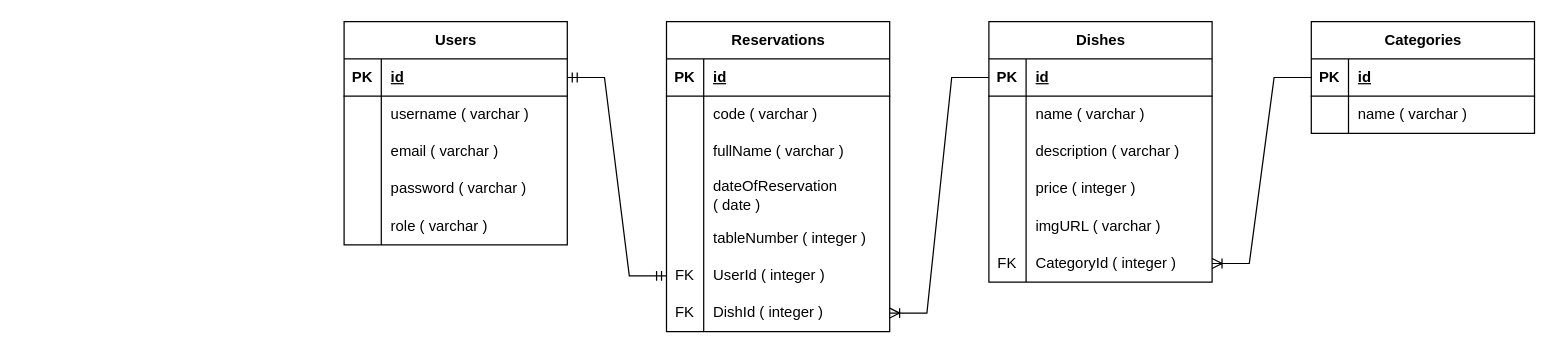
The draw.io diagram Reservation-ERD.drawio in bayusuryowibowo/Pair-Project-Group-7, before the edit. Source tidied: cells renumbered, new cells numbered last; positions are measured from the earlier drawing's top-left corner, leaving out a move shared by most shapes. Both pictures are drawn from the tidied source at 124%, with x=0, y=0 at pixel (343, 21).
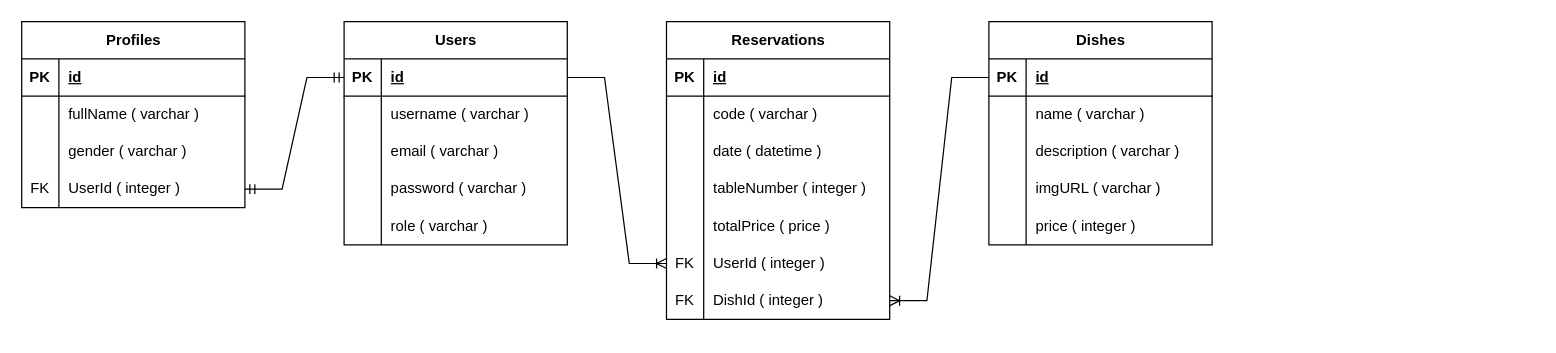
The same diagram, later.

The change refers to these unchanged cells:
```xml
<mxCell id="3" style="shape=tableRow;horizontal=0;startSize=0;swimlaneHead=0;swimlaneBody=0;fillColor=none;points=[[0,0.5],[1,0.5]];portConstraint=eastwest;top=0;left=0;right=0;bottom=1;" parent="2" vertex="1">
  <mxGeometry y="30" width="180" height="30" as="geometry" />
</mxCell>
<mxCell id="60" style="shape=tableRow;horizontal=0;startSize=0;swimlaneHead=0;swimlaneBody=0;fillColor=none;top=0;left=0;right=0;bottom=0;" parent="50" vertex="1">
  <mxGeometry y="120" width="180" height="30" as="geometry" />
</mxCell>
<mxCell id="63" style="shape=tableRow;horizontal=0;startSize=0;swimlaneHead=0;swimlaneBody=0;fillColor=none;top=0;left=0;right=0;bottom=0;" parent="50" vertex="1">
  <mxGeometry y="150" width="180" height="30" as="geometry" />
</mxCell>
```

The edit, as a diff of the source:
```diff
@@
-    <mxCell id="18" value="Categories" style="shape=table;startSize=30;childLayout=tableLayout;rowLines=0;fontStyle=1;align=center;html=1;columnLines=1;" parent="1" vertex="1">
-      <mxGeometry x="780" width="180" height="90" as="geometry" />
-    </mxCell>
-    <mxCell id="19" style="shape=tableRow;horizontal=0;startSize=0;swimlaneHead=0;swimlaneBody=0;fillColor=none;points=[[0,0.5],[1,0.5]];portConstraint=eastwest;top=0;left=0;right=0;bottom=1;" parent="18" vertex="1">
-      <mxGeometry y="30" width="180" height="30" as="geometry" />
-    </mxCell>
-    <mxCell id="20" value="PK" style="shape=partialRectangle;fillColor=none;top=0;left=0;bottom=0;right=0;fontStyle=1;overflow=hidden;whiteSpace=wrap;html=1;" parent="19" vertex="1">
-      <mxGeometry width="30" height="30" as="geometry" />
-    </mxCell>
-    <mxCell id="21" value="id" style="shape=partialRectangle;fillColor=none;top=0;left=0;bottom=0;right=0;align=left;spacingLeft=6;fontStyle=5;overflow=hidden;whiteSpace=wrap;html=1;" parent="19" vertex="1">
-      <mxGeometry x="30" width="150" height="30" as="geometry" />
-    </mxCell>
-    <mxCell id="22" style="shape=tableRow;horizontal=0;startSize=0;swimlaneHead=0;swimlaneBody=0;fillColor=none;top=0;left=0;right=0;bottom=0;" parent="18" vertex="1">
-      <mxGeometry y="60" width="180" height="30" as="geometry" />
-    </mxCell>
-    <mxCell id="23" style="shape=partialRectangle;fillColor=none;top=0;left=0;bottom=0;right=0;overflow=hidden;whiteSpace=wrap;html=1;" parent="22" vertex="1">
-      <mxGeometry width="30" height="30" as="geometry" />
-    </mxCell>
-    <mxCell id="24" value="name ( varchar )" style="shape=partialRectangle;fillColor=none;top=0;left=0;bottom=0;right=0;align=left;spacingLeft=6;overflow=hidden;whiteSpace=wrap;html=1;" parent="22" vertex="1">
-      <mxGeometry x="30" width="150" height="30" as="geometry" />
-    </mxCell>
     <mxCell id="25" value="Reservations" style="shape=table;startSize=30;childLayout=tableLayout;rowLines=0;fontStyle=1;align=center;html=1;" parent="1" vertex="1">
-      <mxGeometry x="260" width="180" height="250" as="geometry" />
+      <mxGeometry x="260" width="180" height="240" as="geometry" />
     </mxCell>
@@
-    <mxCell id="32" style="shape=tableRow;horizontal=0;startSize=0;swimlaneHead=0;swimlaneBody=0;fillColor=none;top=0;left=0;right=0;bottom=0;" parent="25" vertex="1">
-      <mxGeometry y="90" width="180" height="30" as="geometry" />
-    </mxCell>
-    <mxCell id="33" style="shape=partialRectangle;fillColor=none;top=0;left=0;bottom=0;right=0;overflow=hidden;whiteSpace=wrap;html=1;" parent="32" vertex="1">
-      <mxGeometry width="30" height="30" as="geometry" />
-    </mxCell>
-    <mxCell id="34" value="fullName ( varchar )" style="shape=partialRectangle;fillColor=none;top=0;left=0;bottom=0;right=0;align=left;spacingLeft=6;overflow=hidden;whiteSpace=wrap;html=1;" parent="32" vertex="1">
-      <mxGeometry x="30" width="150" height="30" as="geometry" />
-    </mxCell>
-    <mxCell id="35" style="shape=tableRow;horizontal=0;startSize=0;swimlaneHead=0;swimlaneBody=0;fillColor=none;top=0;left=0;right=0;bottom=0;" parent="25" vertex="1">
-      <mxGeometry y="120" width="180" height="40" as="geometry" />
-    </mxCell>
-    <mxCell id="36" style="shape=partialRectangle;fillColor=none;top=0;left=0;bottom=0;right=0;overflow=hidden;whiteSpace=wrap;html=1;" parent="35" vertex="1">
-      <mxGeometry width="30" height="40" as="geometry" />
-    </mxCell>
-    <mxCell id="37" value="dateOfReservation&lt;br&gt;( date )" style="shape=partialRectangle;fillColor=none;top=0;left=0;bottom=0;right=0;align=left;spacingLeft=6;overflow=hidden;whiteSpace=wrap;html=1;" parent="35" vertex="1">
-      <mxGeometry x="30" width="150" height="40" as="geometry" />
-    </mxCell>
+    <mxCell id="69" style="shape=tableRow;horizontal=0;startSize=0;swimlaneHead=0;swimlaneBody=0;fillColor=none;top=0;left=0;right=0;bottom=0;" parent="25" vertex="1">
+      <mxGeometry y="90" width="180" height="30" as="geometry" />
+    </mxCell>
+    <mxCell id="70" style="shape=partialRectangle;fillColor=none;top=0;left=0;bottom=0;right=0;overflow=hidden;whiteSpace=wrap;html=1;" parent="69" vertex="1">
+      <mxGeometry width="30" height="30" as="geometry" />
+    </mxCell>
+    <mxCell id="71" value="date ( datetime )" style="shape=partialRectangle;fillColor=none;top=0;left=0;bottom=0;right=0;align=left;spacingLeft=6;overflow=hidden;whiteSpace=wrap;html=1;" parent="69" vertex="1">
+      <mxGeometry x="30" width="150" height="30" as="geometry" />
+    </mxCell>
     <mxCell id="38" style="shape=tableRow;horizontal=0;startSize=0;swimlaneHead=0;swimlaneBody=0;fillColor=none;top=0;left=0;right=0;bottom=0;" parent="25" vertex="1">
-      <mxGeometry y="160" width="180" height="30" as="geometry" />
+      <mxGeometry y="120" width="180" height="30" as="geometry" />
     </mxCell>
@@
+    <mxCell id="72" style="shape=tableRow;horizontal=0;startSize=0;swimlaneHead=0;swimlaneBody=0;fillColor=none;top=0;left=0;right=0;bottom=0;" parent="25" vertex="1">
+      <mxGeometry y="150" width="180" height="30" as="geometry" />
+    </mxCell>
+    <mxCell id="73" style="shape=partialRectangle;fillColor=none;top=0;left=0;bottom=0;right=0;overflow=hidden;whiteSpace=wrap;html=1;" parent="72" vertex="1">
+      <mxGeometry width="30" height="30" as="geometry" />
+    </mxCell>
+    <mxCell id="74" value="totalPrice ( price )" style="shape=partialRectangle;fillColor=none;top=0;left=0;bottom=0;right=0;align=left;spacingLeft=6;overflow=hidden;whiteSpace=wrap;html=1;" parent="72" vertex="1">
+      <mxGeometry x="30" width="150" height="30" as="geometry" />
+    </mxCell>
     <mxCell id="41" style="shape=tableRow;horizontal=0;startSize=0;swimlaneHead=0;swimlaneBody=0;fillColor=none;points=[[0,0.5],[1,0.5]];portConstraint=eastwest;top=0;left=0;right=0;bottom=0;" parent="25" vertex="1">
-      <mxGeometry y="190" width="180" height="30" as="geometry" />
+      <mxGeometry y="180" width="180" height="30" as="geometry" />
     </mxCell>
@@
     <mxCell id="44" style="shape=tableRow;horizontal=0;startSize=0;swimlaneHead=0;swimlaneBody=0;fillColor=none;points=[[0,0.5],[1,0.5]];portConstraint=eastwest;top=0;left=0;right=0;bottom=0;" parent="25" vertex="1">
-      <mxGeometry y="220" width="180" height="30" as="geometry" />
+      <mxGeometry y="210" width="180" height="30" as="geometry" />
     </mxCell>
@@
-    <mxCell id="48" style="edgeStyle=entityRelationEdgeStyle;fontSize=12;html=1;endArrow=ERoneToMany;rounded=0;exitX=0;exitY=0.5;exitDx=0;exitDy=0;entryX=1;entryY=0.5;entryDx=0;entryDy=0;" parent="1" edge="1" source="19" target="66">
-      <mxGeometry relative="1" as="geometry" />
-    </mxCell>
-    <mxCell id="49" style="edgeStyle=entityRelationEdgeStyle;fontSize=12;html=1;endArrow=ERmandOne;startArrow=ERmandOne;rounded=0;exitX=0;exitY=0.5;exitDx=0;exitDy=0;entryX=1;entryY=0.5;entryDx=0;entryDy=0;" parent="1" edge="1" source="41" target="3">
+    <mxCell id="49" style="edgeStyle=entityRelationEdgeStyle;fontSize=12;html=1;endArrow=ERmandOne;startArrow=ERmandOne;rounded=0;exitX=1;exitY=0.5;exitDx=0;exitDy=0;entryX=0;entryY=0.5;entryDx=0;entryDy=0;" parent="1" edge="1" source="80" target="3">
       <mxGeometry relative="1" as="geometry" />
     </mxCell>
     <mxCell id="50" value="Dishes" style="shape=table;startSize=30;childLayout=tableLayout;rowLines=0;fontStyle=1;align=center;html=1;" parent="1" vertex="1">
-      <mxGeometry x="520" width="180" height="210" as="geometry" />
+      <mxGeometry x="520" width="180" height="180" as="geometry" />
     </mxCell>
@@
-    <mxCell id="62" value="price ( integer )" style="shape=partialRectangle;fillColor=none;top=0;left=0;bottom=0;right=0;align=left;spacingLeft=6;overflow=hidden;whiteSpace=wrap;html=1;" parent="60" vertex="1">
+    <mxCell id="62" value="imgURL ( varchar )" style="shape=partialRectangle;fillColor=none;top=0;left=0;bottom=0;right=0;align=left;spacingLeft=6;overflow=hidden;whiteSpace=wrap;html=1;" parent="60" vertex="1">
       <mxGeometry x="30" width="150" height="30" as="geometry" />
     </mxCell>
@@
-    <mxCell id="65" value="imgURL ( varchar )" style="shape=partialRectangle;fillColor=none;top=0;left=0;bottom=0;right=0;align=left;spacingLeft=6;overflow=hidden;whiteSpace=wrap;html=1;" parent="63" vertex="1">
+    <mxCell id="65" value="price ( integer )" style="shape=partialRectangle;fillColor=none;top=0;left=0;bottom=0;right=0;align=left;spacingLeft=6;overflow=hidden;whiteSpace=wrap;html=1;" parent="63" vertex="1">
       <mxGeometry x="30" width="150" height="30" as="geometry" />
     </mxCell>
-    <mxCell id="66" style="shape=tableRow;horizontal=0;startSize=0;swimlaneHead=0;swimlaneBody=0;fillColor=none;points=[[0,0.5],[1,0.5]];portConstraint=eastwest;top=0;left=0;right=0;bottom=0;" parent="50" vertex="1">
-      <mxGeometry y="180" width="180" height="30" as="geometry" />
-    </mxCell>
+    <mxCell id="75" value="Profiles" style="shape=table;startSize=30;childLayout=tableLayout;rowLines=0;fontStyle=1;align=center;html=1;" parent="1" vertex="1">
+      <mxGeometry x="-260" width="180" height="150" as="geometry" />
+    </mxCell>
+    <mxCell id="19" style="shape=tableRow;horizontal=0;startSize=0;swimlaneHead=0;swimlaneBody=0;fillColor=none;points=[[0,0.5],[1,0.5]];portConstraint=eastwest;top=0;left=0;right=0;bottom=1;" parent="75" vertex="1">
+      <mxGeometry y="30" width="180" height="30" as="geometry" />
+    </mxCell>
+    <mxCell id="20" value="PK" style="shape=partialRectangle;fillColor=none;top=0;left=0;bottom=0;right=0;fontStyle=1;overflow=hidden;whiteSpace=wrap;html=1;" parent="19" vertex="1">
+      <mxGeometry width="30" height="30" as="geometry" />
+    </mxCell>
+    <mxCell id="21" value="id" style="shape=partialRectangle;fillColor=none;top=0;left=0;bottom=0;right=0;align=left;spacingLeft=6;fontStyle=5;overflow=hidden;whiteSpace=wrap;html=1;" parent="19" vertex="1">
+      <mxGeometry x="30" width="150" height="30" as="geometry" />
+    </mxCell>
+    <mxCell id="22" style="shape=tableRow;horizontal=0;startSize=0;swimlaneHead=0;swimlaneBody=0;fillColor=none;top=0;left=0;right=0;bottom=0;" parent="75" vertex="1">
+      <mxGeometry y="60" width="180" height="30" as="geometry" />
+    </mxCell>
+    <mxCell id="76" style="shape=partialRectangle;fillColor=none;top=0;left=0;bottom=0;right=0;overflow=hidden;whiteSpace=wrap;html=1;" parent="22" vertex="1">
+      <mxGeometry width="30" height="30" as="geometry" />
+    </mxCell>
+    <mxCell id="34" value="fullName ( varchar )" style="shape=partialRectangle;fillColor=none;top=0;left=0;bottom=0;right=0;align=left;spacingLeft=6;overflow=hidden;whiteSpace=wrap;html=1;" parent="22" vertex="1">
+      <mxGeometry x="30" width="150" height="30" as="geometry" />
+    </mxCell>
+    <mxCell id="77" style="shape=tableRow;horizontal=0;startSize=0;swimlaneHead=0;swimlaneBody=0;fillColor=none;top=0;left=0;right=0;bottom=0;" parent="75" vertex="1">
+      <mxGeometry y="90" width="180" height="30" as="geometry" />
+    </mxCell>
+    <mxCell id="78" style="shape=partialRectangle;fillColor=none;top=0;left=0;bottom=0;right=0;overflow=hidden;whiteSpace=wrap;html=1;" parent="77" vertex="1">
+      <mxGeometry width="30" height="30" as="geometry" />
+    </mxCell>
+    <mxCell id="79" value="gender ( varchar )" style="shape=partialRectangle;fillColor=none;top=0;left=0;bottom=0;right=0;align=left;spacingLeft=6;overflow=hidden;whiteSpace=wrap;html=1;" parent="77" vertex="1">
+      <mxGeometry x="30" width="150" height="30" as="geometry" />
+    </mxCell>
+    <mxCell id="80" style="shape=tableRow;horizontal=0;startSize=0;swimlaneHead=0;swimlaneBody=0;fillColor=none;points=[[0,0.5],[1,0.5]];portConstraint=eastwest;top=0;left=0;right=0;bottom=0;" parent="75" vertex="1">
+      <mxGeometry y="120" width="180" height="30" as="geometry" />
+    </mxCell>
-    <mxCell id="67" value="FK" style="shape=partialRectangle;fillColor=none;top=0;left=0;bottom=0;right=0;overflow=hidden;whiteSpace=wrap;html=1;" parent="66" vertex="1">
+    <mxCell id="67" value="FK" style="shape=partialRectangle;fillColor=none;top=0;left=0;bottom=0;right=0;overflow=hidden;whiteSpace=wrap;html=1;" parent="80" vertex="1">
       <mxGeometry width="30" height="30" as="geometry" />
     </mxCell>
-    <mxCell id="68" value="CategoryId ( integer )" style="shape=partialRectangle;fillColor=none;top=0;left=0;bottom=0;right=0;align=left;spacingLeft=6;overflow=hidden;whiteSpace=wrap;html=1;" parent="66" vertex="1">
-      <mxGeometry x="30" width="150" height="30" as="geometry" />
-    </mxCell>
+    <mxCell id="81" value="UserId ( integer )" style="shape=partialRectangle;fillColor=none;top=0;left=0;bottom=0;right=0;align=left;spacingLeft=6;overflow=hidden;whiteSpace=wrap;html=1;" parent="80" vertex="1">
+      <mxGeometry x="30" width="150" height="30" as="geometry" />
+    </mxCell>
+    <mxCell id="82" style="edgeStyle=entityRelationEdgeStyle;fontSize=12;html=1;endArrow=ERoneToMany;rounded=0;exitX=1;exitY=0.5;exitDx=0;exitDy=0;entryX=0;entryY=0.5;entryDx=0;entryDy=0;" parent="1" edge="1" source="3" target="41">
+      <mxGeometry relative="1" as="geometry" />
+    </mxCell>
```
